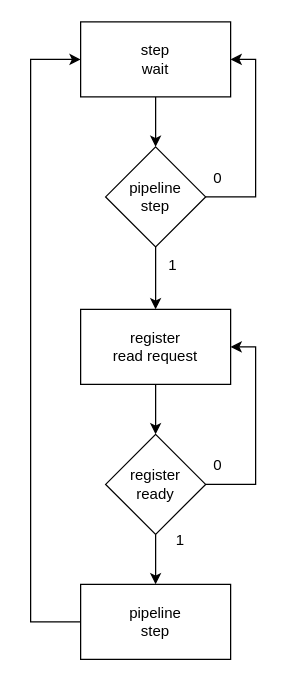
Above: diagrams/decode_stage_flow.drawio in vittorio01/CustomCPU (draw.io), before the change. Source tidied: cells renumbered, new cells numbered last; positions are measured from the earlier drawing's top-left corner, leaving out a move shared by most shapes. Both pictures are drawn from the tidied source at 125%, with x=0, y=0 at pixel (30, 21).
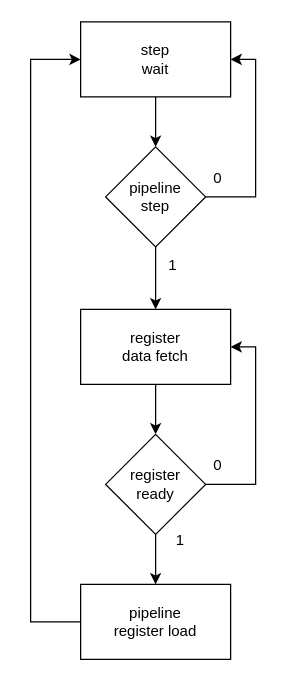
After the change.

The edit, as a diff of the source:
```diff
@@
-    <mxCell id="8" value="&lt;div&gt;register&lt;/div&gt;&lt;div&gt;read request&lt;br&gt;&lt;/div&gt;" style="rounded=0;whiteSpace=wrap;html=1;" parent="1" vertex="1">
+    <mxCell id="8" value="&lt;div&gt;register&lt;/div&gt;&lt;div&gt;data fetch&lt;br&gt;&lt;/div&gt;" style="rounded=0;whiteSpace=wrap;html=1;" parent="1" vertex="1">
       <mxGeometry x="40" y="230" width="120" height="60" as="geometry" />
     </mxCell>
@@
-    <mxCell id="13" value="&lt;div&gt;pipeline&lt;/div&gt;&lt;div&gt;step&lt;br&gt;&lt;/div&gt;" style="rounded=0;whiteSpace=wrap;html=1;" parent="1" vertex="1">
+    <mxCell id="13" value="&lt;div&gt;pipeline&lt;/div&gt;&lt;div&gt;register load&lt;br&gt;&lt;/div&gt;" style="rounded=0;whiteSpace=wrap;html=1;" parent="1" vertex="1">
       <mxGeometry x="40" y="450" width="120" height="60" as="geometry" />
     </mxCell>
```
